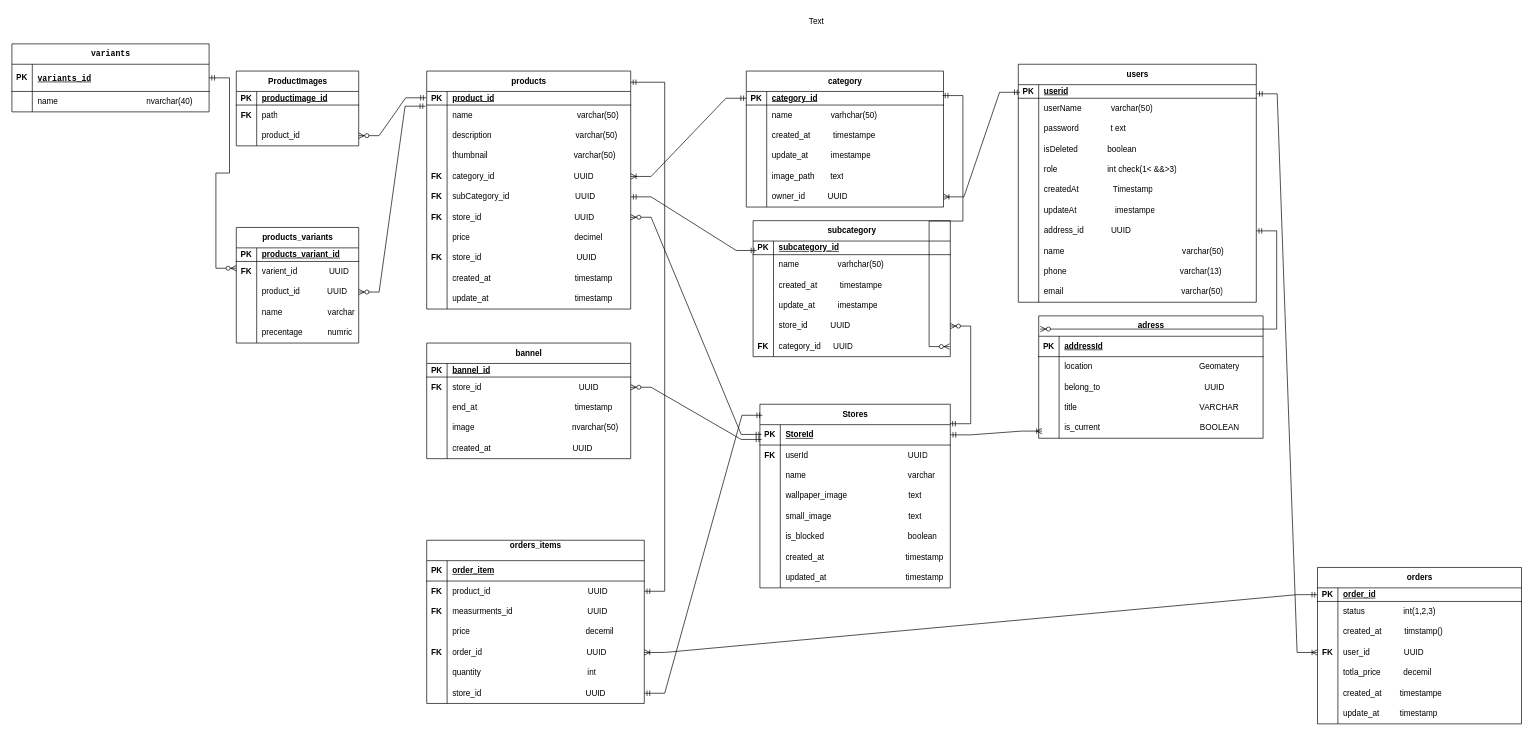
Above: ecommerce.drawio in Abdullah2100/ecommerce_full_stack (draw.io), before the change. Source tidied: cells renumbered, new cells numbered last; positions are measured from the earlier drawing's top-left corner, leaving out a move shared by most shapes. Both pictures are drawn from the tidied source at 68%, with x=0, y=0 at pixel (12, 12).
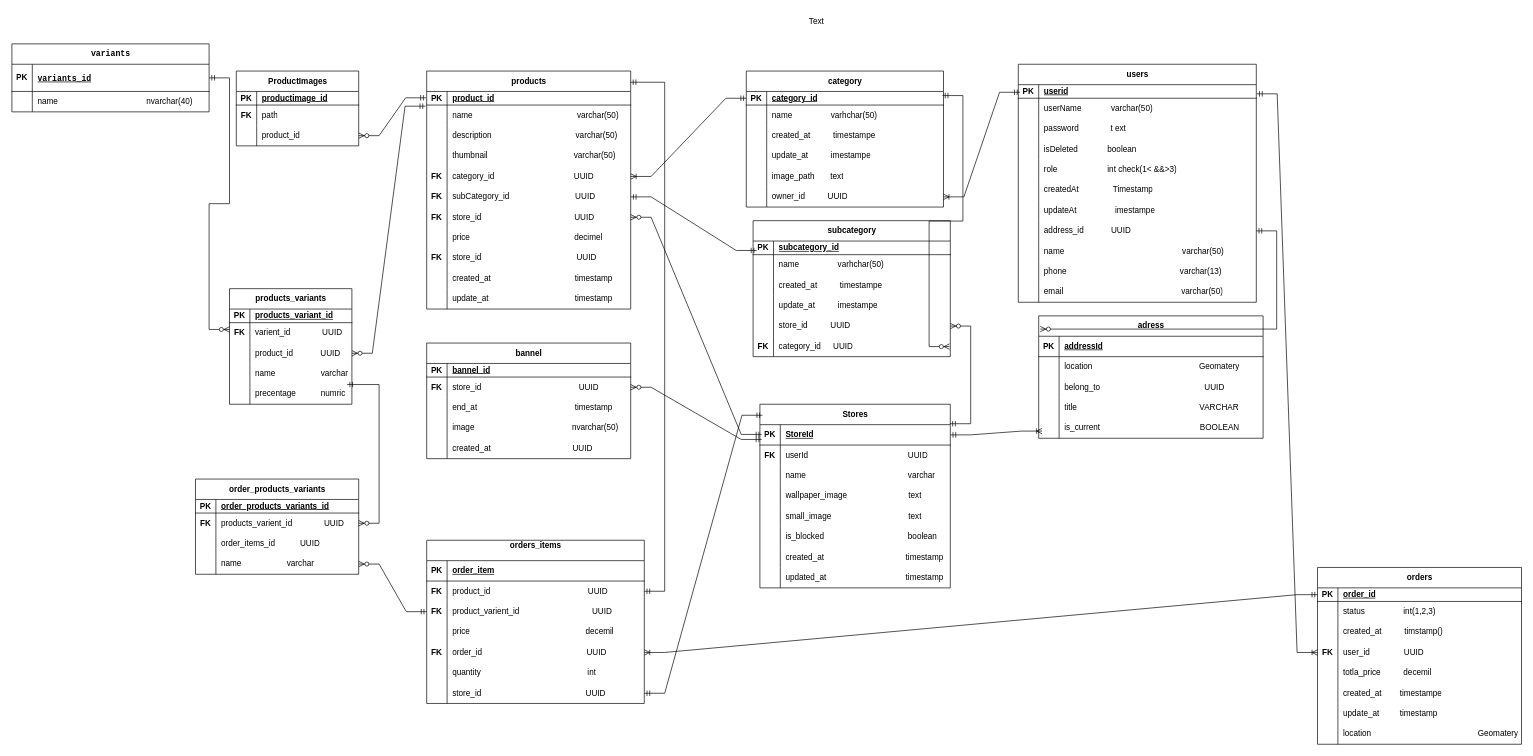
The same page after the edit.

Unchanged cells that the change refers to:
```xml
<mxCell id="106" style="shape=tableRow;horizontal=0;startSize=0;swimlaneHead=0;swimlaneBody=0;fillColor=none;points=[[0,0.5],[1,0.5]];portConstraint=eastwest;top=0;left=0;right=0;bottom=0;" parent="99" vertex="1">
  <mxGeometry y="90" width="320" height="30" as="geometry" />
</mxCell>
<mxCell id="134" style="shape=tableRow;horizontal=0;startSize=0;swimlaneHead=0;swimlaneBody=0;fillColor=none;points=[[0,0.5],[1,0.5]];portConstraint=eastwest;top=0;left=0;right=0;bottom=0;" parent="121" vertex="1">
  <mxGeometry y="140" width="180" height="30" as="geometry" />
</mxCell>
```

The edit, as a diff of the source:
```diff
@@
     <mxCell id="77" value="orders" style="shape=table;startSize=30;childLayout=tableLayout;rowLines=0;fontStyle=1;align=center;html=1;" parent="1" vertex="1">
-      <mxGeometry x="1920" y="817" width="300" height="230" as="geometry" />
+      <mxGeometry x="1920" y="817" width="300" height="260" as="geometry" />
     </mxCell>
@@
+    <mxCell id="259" style="shape=tableRow;horizontal=0;startSize=0;swimlaneHead=0;swimlaneBody=0;fillColor=none;top=0;left=0;right=0;bottom=0;" parent="77" vertex="1">
+      <mxGeometry y="230" width="300" height="30" as="geometry" />
+    </mxCell>
+    <mxCell id="260" style="shape=partialRectangle;fillColor=none;top=0;left=0;bottom=0;right=0;overflow=hidden;whiteSpace=wrap;html=1;" parent="259" vertex="1">
+      <mxGeometry width="30" height="30" as="geometry" />
+    </mxCell>
+    <mxCell id="261" value="location&amp;nbsp; &amp;nbsp; &amp;nbsp; &amp;nbsp; &amp;nbsp; &amp;nbsp; &amp;nbsp; &amp;nbsp; &amp;nbsp; &amp;nbsp; &amp;nbsp; &amp;nbsp; &amp;nbsp; &amp;nbsp; &amp;nbsp; &amp;nbsp; &amp;nbsp; &amp;nbsp; &amp;nbsp; &amp;nbsp; &amp;nbsp; &amp;nbsp; &amp;nbsp; &amp;nbsp;Geomatery" style="shape=partialRectangle;fillColor=none;top=0;left=0;bottom=0;right=0;align=left;spacingLeft=6;overflow=hidden;whiteSpace=wrap;html=1;" parent="259" vertex="1">
+      <mxGeometry x="30" width="270" height="30" as="geometry" />
+    </mxCell>
@@
-    <mxCell id="108" value="measurments_id&amp;nbsp; &amp;nbsp; &amp;nbsp; &amp;nbsp; &amp;nbsp; &amp;nbsp; &amp;nbsp; &amp;nbsp; &amp;nbsp; &amp;nbsp; &amp;nbsp; &amp;nbsp; &amp;nbsp; &amp;nbsp; &amp;nbsp; &amp;nbsp; &amp;nbsp;UUID" style="shape=partialRectangle;fillColor=none;top=0;left=0;bottom=0;right=0;align=left;spacingLeft=6;overflow=hidden;whiteSpace=wrap;html=1;" parent="106" vertex="1">
+    <mxCell id="108" value="product_varient_id&amp;nbsp; &amp;nbsp; &amp;nbsp; &amp;nbsp; &amp;nbsp; &amp;nbsp; &amp;nbsp; &amp;nbsp; &amp;nbsp; &amp;nbsp; &amp;nbsp; &amp;nbsp; &amp;nbsp; &amp;nbsp; &amp;nbsp; &amp;nbsp; UUID" style="shape=partialRectangle;fillColor=none;top=0;left=0;bottom=0;right=0;align=left;spacingLeft=6;overflow=hidden;whiteSpace=wrap;html=1;" parent="106" vertex="1">
       <mxGeometry x="30" width="290" height="30" as="geometry" />
     </mxCell>
@@
     <mxCell id="121" value="products_variants" style="shape=table;startSize=30;childLayout=tableLayout;rowLines=0;fontStyle=1;align=center;html=1;" parent="1" vertex="1">
-      <mxGeometry x="330" y="317" width="180" height="170" as="geometry" />
+      <mxGeometry x="320" y="407" width="180" height="170" as="geometry" />
     </mxCell>
@@
+    <mxCell id="262" style="edgeStyle=entityRelationEdgeStyle;fontSize=12;html=1;endArrow=ERzeroToMany;startArrow=ERmandOne;rounded=0;" parent="1" edge="1" source="106" target="273">
+      <mxGeometry relative="1" as="geometry" />
+    </mxCell>
+    <mxCell id="263" value="order_products_variants" style="shape=table;startSize=30;childLayout=tableLayout;rowLines=0;fontStyle=1;align=center;html=1;" parent="1" vertex="1">
+      <mxGeometry x="270" y="687" width="240" height="140" as="geometry" />
+    </mxCell>
+    <mxCell id="264" style="shape=tableRow;horizontal=0;startSize=0;swimlaneHead=0;swimlaneBody=0;fillColor=none;top=0;left=0;right=0;bottom=1;" parent="263" vertex="1">
+      <mxGeometry y="30" width="240" height="20" as="geometry" />
+    </mxCell>
+    <mxCell id="265" value="PK" style="shape=partialRectangle;fillColor=none;top=0;left=0;bottom=0;right=0;fontStyle=1;overflow=hidden;whiteSpace=wrap;html=1;" parent="264" vertex="1">
+      <mxGeometry width="30" height="20" as="geometry" />
+    </mxCell>
+    <mxCell id="266" value="&lt;span style=&quot;text-align: center; text-wrap-mode: nowrap;&quot;&gt;order_products_variants_id&lt;/span&gt;" style="shape=partialRectangle;fillColor=none;top=0;left=0;bottom=0;right=0;align=left;spacingLeft=6;fontStyle=5;overflow=hidden;whiteSpace=wrap;html=1;" parent="264" vertex="1">
+      <mxGeometry x="30" width="210" height="20" as="geometry" />
+    </mxCell>
+    <mxCell id="267" style="shape=tableRow;horizontal=0;startSize=0;swimlaneHead=0;swimlaneBody=0;fillColor=none;points=[[0,0.5],[1,0.5]];portConstraint=eastwest;top=0;left=0;right=0;bottom=0;" parent="263" vertex="1">
+      <mxGeometry y="50" width="240" height="30" as="geometry" />
+    </mxCell>
+    <mxCell id="268" value="&lt;b&gt;FK&lt;/b&gt;" style="shape=partialRectangle;fillColor=none;top=0;left=0;bottom=0;right=0;overflow=hidden;whiteSpace=wrap;html=1;" parent="267" vertex="1">
+      <mxGeometry width="30" height="30" as="geometry" />
+    </mxCell>
+    <mxCell id="269" value="products_varient_id&amp;nbsp; &amp;nbsp; &amp;nbsp; &amp;nbsp; &amp;nbsp; &amp;nbsp; &amp;nbsp; UUID" style="shape=partialRectangle;fillColor=none;top=0;left=0;bottom=0;right=0;align=left;spacingLeft=6;overflow=hidden;whiteSpace=wrap;html=1;" parent="267" vertex="1">
+      <mxGeometry x="30" width="210" height="30" as="geometry" />
+    </mxCell>
+    <mxCell id="270" style="shape=tableRow;horizontal=0;startSize=0;swimlaneHead=0;swimlaneBody=0;fillColor=none;top=0;left=0;right=0;bottom=0;" parent="263" vertex="1">
+      <mxGeometry y="80" width="240" height="30" as="geometry" />
+    </mxCell>
+    <mxCell id="271" style="shape=partialRectangle;fillColor=none;top=0;left=0;bottom=0;right=0;overflow=hidden;whiteSpace=wrap;html=1;" parent="270" vertex="1">
+      <mxGeometry width="30" height="30" as="geometry" />
+    </mxCell>
+    <mxCell id="272" value="order_items_id&amp;nbsp; &amp;nbsp; &amp;nbsp; &amp;nbsp; &amp;nbsp; &amp;nbsp;UUID" style="shape=partialRectangle;fillColor=none;top=0;left=0;bottom=0;right=0;align=left;spacingLeft=6;overflow=hidden;whiteSpace=wrap;html=1;" parent="270" vertex="1">
+      <mxGeometry x="30" width="210" height="30" as="geometry" />
+    </mxCell>
+    <mxCell id="273" style="shape=tableRow;horizontal=0;startSize=0;swimlaneHead=0;swimlaneBody=0;fillColor=none;points=[[0,0.5],[1,0.5]];portConstraint=eastwest;top=0;left=0;right=0;bottom=0;" parent="263" vertex="1">
+      <mxGeometry y="110" width="240" height="30" as="geometry" />
+    </mxCell>
+    <mxCell id="274" style="shape=partialRectangle;fillColor=none;top=0;left=0;bottom=0;right=0;overflow=hidden;whiteSpace=wrap;html=1;" parent="273" vertex="1">
+      <mxGeometry width="30" height="30" as="geometry" />
+    </mxCell>
+    <mxCell id="275" value="name&amp;nbsp; &amp;nbsp; &amp;nbsp; &amp;nbsp; &amp;nbsp; &amp;nbsp; &amp;nbsp; &amp;nbsp; &amp;nbsp; &amp;nbsp; varchar" style="shape=partialRectangle;fillColor=none;top=0;left=0;bottom=0;right=0;align=left;spacingLeft=6;overflow=hidden;whiteSpace=wrap;html=1;" parent="273" vertex="1">
+      <mxGeometry x="30" width="210" height="30" as="geometry" />
+    </mxCell>
+    <mxCell id="276" style="edgeStyle=entityRelationEdgeStyle;fontSize=12;html=1;endArrow=ERzeroToMany;startArrow=ERmandOne;rounded=0;exitX=0.961;exitY=0.033;exitDx=0;exitDy=0;exitPerimeter=0;" parent="1" edge="1" source="134" target="267">
+      <mxGeometry relative="1" as="geometry" />
+    </mxCell>
```
